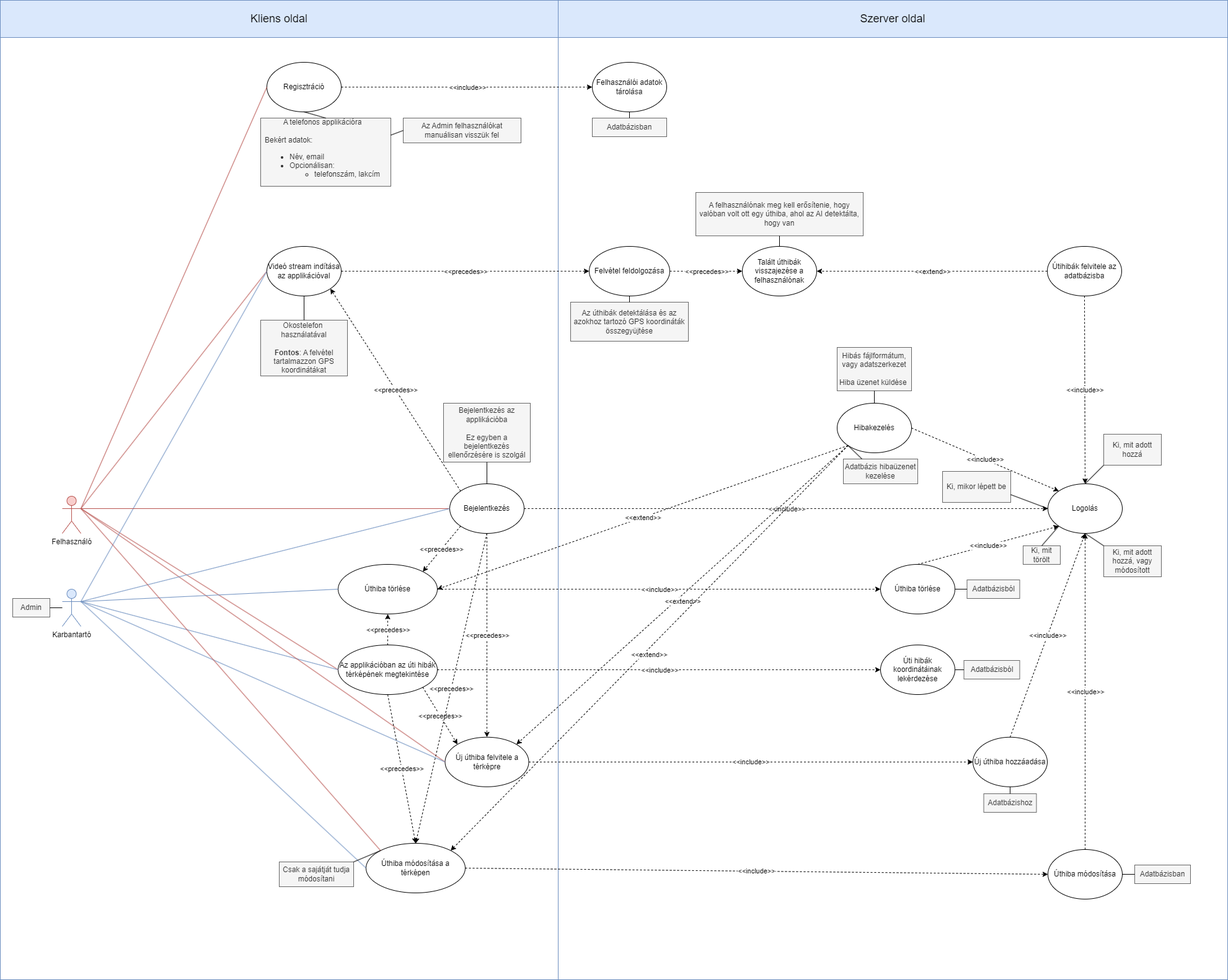
This is documentation/use_case_diagram.png from Swintleton/pothole_server, a draw.io export, as it was before one commit. Source tidied: cells renumbered, new cells last; positions are measured from the earlier drawing's top-left corner, leaving out a move shared by most shapes.
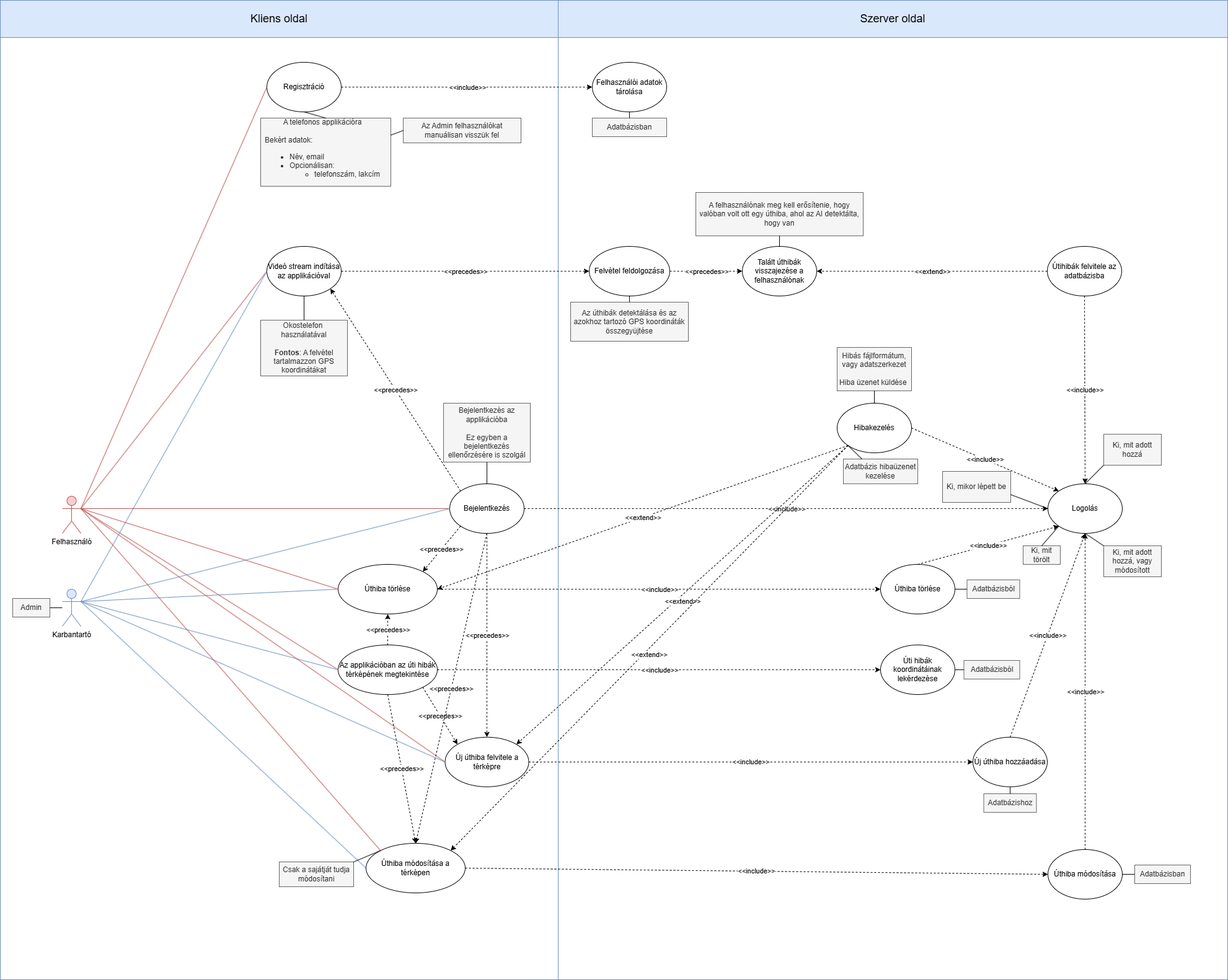
After the commit.

Diff of the diagram source:
```diff
@@ -369,5 +369,8 @@
     <mxCell id="122" value="&amp;lt;&amp;lt;precedes&amp;gt;&amp;gt;" style="edgeLabel;html=1;align=center;verticalAlign=middle;" parent="121" vertex="1">
       <mxGeometry relative="1" as="geometry" />
     </mxCell>
+    <mxCell id="123" style="endArrow=none;html=1;rounded=0;entryX=0;entryY=0.5;entryDx=0;entryDy=0;fillColor=#f8cecc;strokeColor=#b85450;exitX=1;exitY=0.3333333333333333;exitDx=0;exitDy=0;exitPerimeter=0;" parent="1" edge="1" source="5" target="47">
+      <mxGeometry relative="1" as="geometry" />
+    </mxCell>
   </root>
 </mxGraphModel>
```
